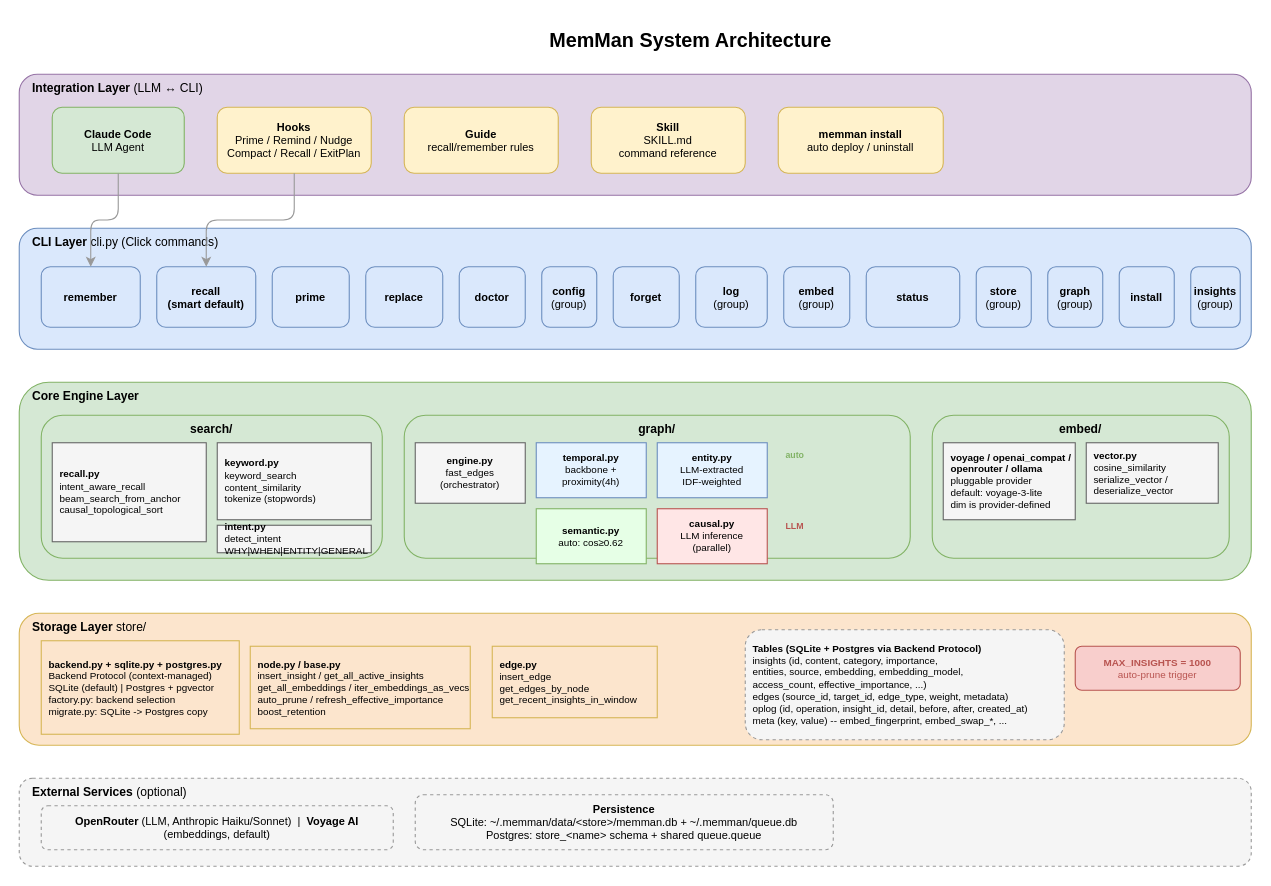
Before: docs/diagrams/01-system-architecture.drawio in bissli/memman, a draw.io diagram. Source tidied: cells renumbered, new cells numbered last; positions are measured from the earlier drawing's top-left corner, leaving out a move shared by most shapes. Both pictures are drawn from the tidied source at 110%, with x=0, y=0 at pixel (19, 19).
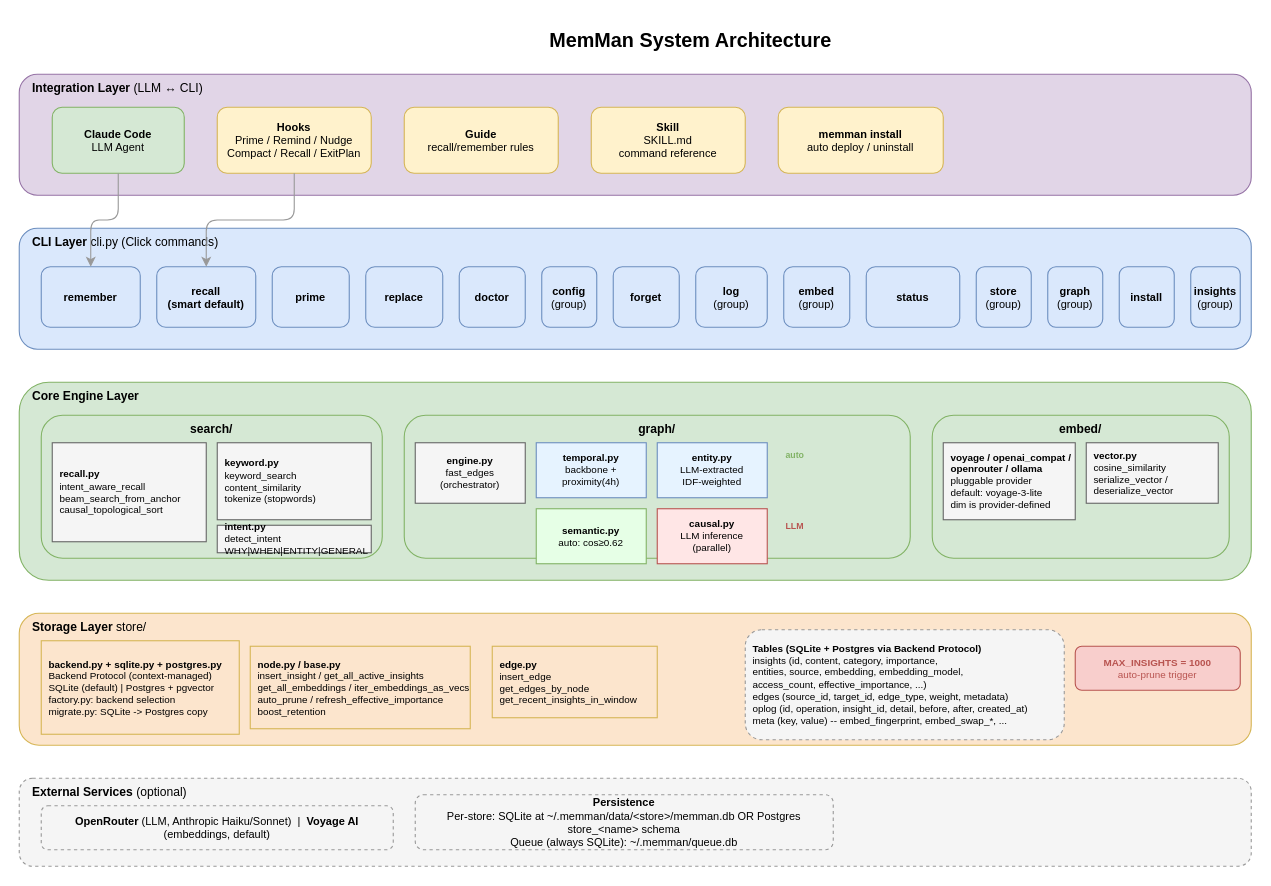
The same diagram, later.

Commit message (it also covers changes not shown here):
docs: align operator docs with per-store routing; reject bare canonical keys

Change to the diagram source:
```diff
@@
-    <mxCell id="48" value="&lt;b&gt;Persistence&lt;/b&gt;&lt;br&gt;SQLite: ~/.memman/data/&amp;lt;store&amp;gt;/memman.db + ~/.memman/queue.db&lt;br&gt;Postgres: store_&amp;lt;name&amp;gt; schema + shared queue.queue" style="rounded=1;whiteSpace=wrap;html=1;fillColor=#f5f5f5;strokeColor=#999999;fontSize=10;dashed=1;" parent="1" vertex="1">
+    <mxCell id="48" value="&lt;b&gt;Persistence&lt;/b&gt;&lt;br&gt;Per-store: SQLite at ~/.memman/data/&amp;lt;store&amp;gt;/memman.db OR Postgres store_&amp;lt;name&amp;gt; schema&lt;br&gt;Queue (always SQLite): ~/.memman/queue.db" style="rounded=1;whiteSpace=wrap;html=1;fillColor=#f5f5f5;strokeColor=#999999;fontSize=10;dashed=1;" parent="1" vertex="1">
       <mxGeometry x="360" y="705" width="380" height="50" as="geometry" />
     </mxCell>
```
